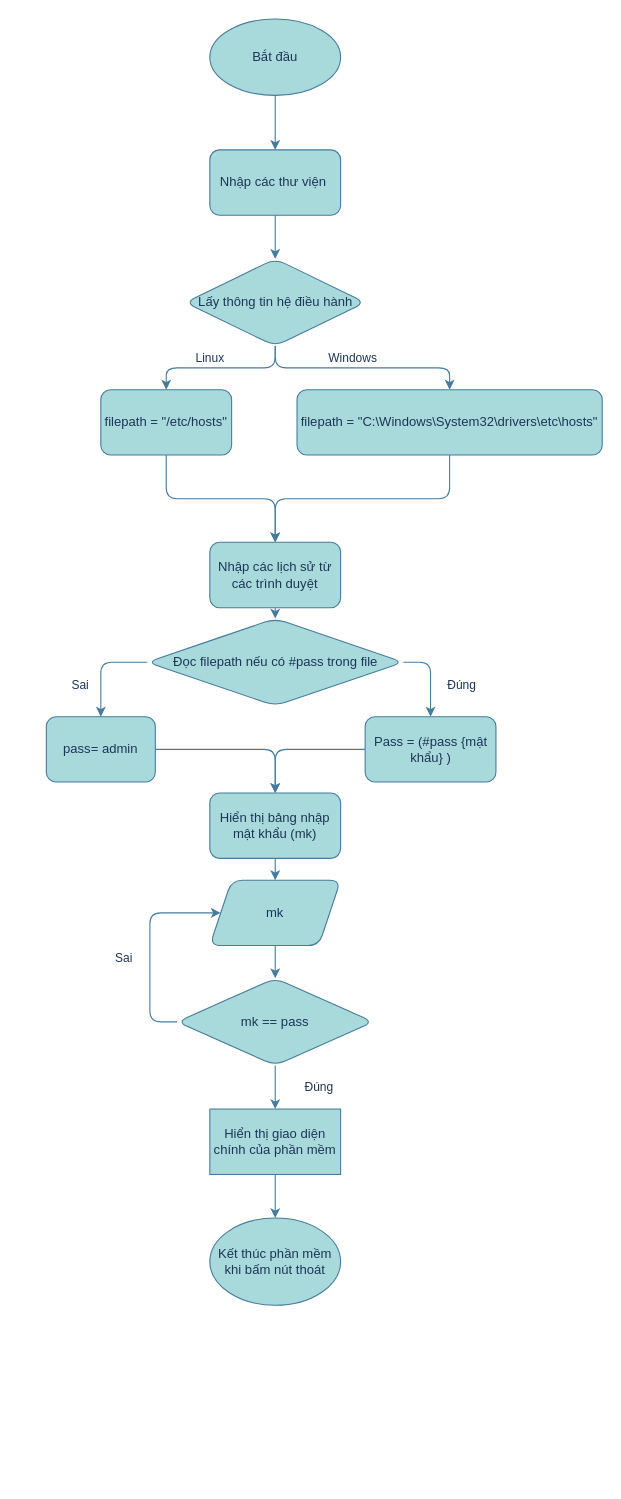
This is Biểu đồ không có tiêu đề.drawio from PlaymakerVN/KHKT-2023-1, a draw.io file, before an edit. Source tidied: cells renumbered, new cells numbered last; positions are measured from the earlier drawing's top-left corner, leaving out a move shared by most shapes. Both pictures are drawn from the tidied source at 109%, with x=0, y=0 at pixel (46, 19).
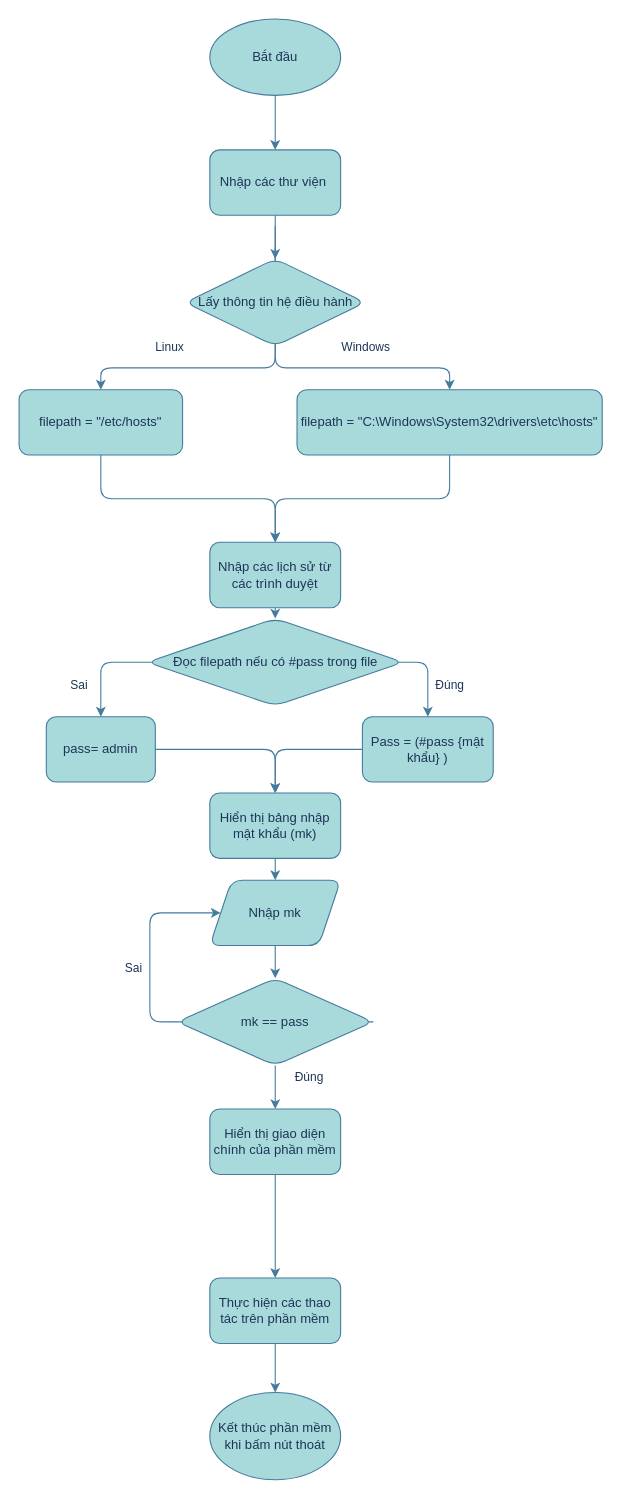
The same diagram, later.

The change refers to these unchanged cells:
```xml
<mxCell id="6" value="Lấy thông tin hệ điều hành" style="rhombus;whiteSpace=wrap;html=1;labelBackgroundColor=none;fillColor=#A8DADC;strokeColor=#457B9D;fontColor=#1D3557;rounded=1;" parent="1" vertex="1">
  <mxGeometry x="127.5" y="220" width="165" height="80" as="geometry" />
</mxCell>
<mxCell id="8" value="filepath = &quot;C:\Windows\System32\drivers\etc\hosts&quot;" style="rounded=1;whiteSpace=wrap;html=1;labelBackgroundColor=none;fillColor=#A8DADC;strokeColor=#457B9D;fontColor=#1D3557;" parent="1" vertex="1">
  <mxGeometry x="230" y="340" width="280" height="60" as="geometry" />
</mxCell>
<mxCell id="15" value="Đọc filepath nếu có #pass trong file" style="rhombus;whiteSpace=wrap;html=1;labelBackgroundColor=none;fillColor=#A8DADC;strokeColor=#457B9D;fontColor=#1D3557;rounded=1;" parent="1" vertex="1">
  <mxGeometry x="92.5" y="550" width="235" height="80" as="geometry" />
</mxCell>
<mxCell id="17" value="pass= admin" style="rounded=1;whiteSpace=wrap;html=1;labelBackgroundColor=none;fillColor=#A8DADC;strokeColor=#457B9D;fontColor=#1D3557;" parent="1" vertex="1">
  <mxGeometry y="640" width="100" height="60" as="geometry" />
</mxCell>
<mxCell id="27" value="mk == pass" style="rhombus;whiteSpace=wrap;html=1;labelBackgroundColor=none;fillColor=#A8DADC;strokeColor=#457B9D;fontColor=#1D3557;rounded=1;" parent="1" vertex="1">
  <mxGeometry x="120" y="880" width="180" height="80" as="geometry" />
</mxCell>
```

Diff of the diagram source:
```diff
@@
+    <mxCell id="37" style="edgeStyle=orthogonalEdgeStyle;rounded=1;jettySize=auto;html=1;labelBackgroundColor=none;strokeColor=#457B9D;fontColor=default;" parent="1" edge="1" source="38" target="34">
+      <mxGeometry relative="1" as="geometry" />
+    </mxCell>
+    <mxCell id="38" value="Thực hiện các thao tác trên phần mềm" style="whiteSpace=wrap;html=1;rounded=1;labelBackgroundColor=none;fillColor=#A8DADC;strokeColor=#457B9D;fontColor=#1D3557;" parent="1" vertex="1">
+      <mxGeometry x="150" y="1155" width="120" height="60" as="geometry" />
+    </mxCell>
-    <mxCell id="2" style="edgeStyle=orthogonalEdgeStyle;rounded=1;jettySize=auto;html=1;exitX=0.5;exitY=1;exitDx=0;exitDy=0;labelBackgroundColor=none;strokeColor=#457B9D;fontColor=default;" parent="1" edge="1" source="6" target="10">
-      <mxGeometry relative="1" as="geometry" />
+    <mxCell id="2" style="edgeStyle=orthogonalEdgeStyle;rounded=1;jettySize=auto;html=1;labelBackgroundColor=none;strokeColor=#457B9D;fontColor=default;" parent="1" edge="1" target="10">
+      <mxGeometry relative="1" as="geometry">
+        <mxPoint x="210" y="190" as="sourcePoint" />
+        <Array as="points">
+          <mxPoint x="210" y="320" />
+          <mxPoint x="50" y="320" />
+        </Array>
+      </mxGeometry>
     </mxCell>
     <mxCell id="3" value="Linux" style="edgeLabel;html=1;align=center;verticalAlign=middle;labelBackgroundColor=none;fontColor=#1D3557;rounded=1;" parent="2" vertex="1">
       <mxGeometry x="0.25" y="1" relative="1" as="geometry">
-        <mxPoint x="7" y="-11" as="offset" />
+        <mxPoint x="-34" y="-21" as="offset" />
       </mxGeometry>
     </mxCell>
-    <mxCell id="4" style="edgeStyle=orthogonalEdgeStyle;rounded=1;jettySize=auto;html=1;exitX=0.5;exitY=1;exitDx=0;exitDy=0;labelBackgroundColor=none;strokeColor=#457B9D;fontColor=default;" parent="1" edge="1" source="6" target="8">
-      <mxGeometry relative="1" as="geometry" />
+    <mxCell id="4" style="edgeStyle=orthogonalEdgeStyle;rounded=1;jettySize=auto;html=1;labelBackgroundColor=none;strokeColor=#457B9D;fontColor=default;" parent="1" edge="1" target="8">
+      <mxGeometry relative="1" as="geometry">
+        <mxPoint x="210" y="210" as="sourcePoint" />
+        <Array as="points">
+          <mxPoint x="210" y="320" />
+          <mxPoint x="370" y="320" />
+        </Array>
+      </mxGeometry>
     </mxCell>
     <mxCell id="5" value="Windows" style="edgeLabel;html=1;align=center;verticalAlign=middle;labelBackgroundColor=none;fontColor=#1D3557;rounded=1;" parent="4" vertex="1">
       <mxGeometry x="-0.13" y="-2" relative="1" as="geometry">
-        <mxPoint x="3" y="-12" as="offset" />
+        <mxPoint x="66" y="-22" as="offset" />
       </mxGeometry>
     </mxCell>
@@
     <mxCell id="10" value="filepath = &quot;/etc/hosts&quot;" style="rounded=1;whiteSpace=wrap;html=1;labelBackgroundColor=none;fillColor=#A8DADC;strokeColor=#457B9D;fontColor=#1D3557;" parent="1" vertex="1">
-      <mxGeometry x="50" y="340" width="120" height="60" as="geometry" />
+      <mxGeometry x="-25" y="340" width="150" height="60" as="geometry" />
     </mxCell>
-    <mxCell id="11" style="edgeStyle=orthogonalEdgeStyle;rounded=1;jettySize=auto;html=1;exitX=0;exitY=0.5;exitDx=0;exitDy=0;entryX=0.5;entryY=0;entryDx=0;entryDy=0;labelBackgroundColor=none;strokeColor=#457B9D;fontColor=default;" parent="1" edge="1" source="15" target="17">
-      <mxGeometry relative="1" as="geometry" />
+    <mxCell id="11" style="edgeStyle=orthogonalEdgeStyle;rounded=1;jettySize=auto;html=1;exitX=0.074;exitY=0.5;exitDx=0;exitDy=0;entryX=0.5;entryY=0;entryDx=0;entryDy=0;labelBackgroundColor=none;strokeColor=#457B9D;fontColor=default;exitPerimeter=0;" parent="1" edge="1" source="15" target="17">
+      <mxGeometry relative="1" as="geometry">
+        <Array as="points">
+          <mxPoint x="50" y="590" />
+        </Array>
+      </mxGeometry>
     </mxCell>
     <mxCell id="12" value="Sai" style="edgeLabel;html=1;align=center;verticalAlign=middle;labelBackgroundColor=none;fontColor=#1D3557;rounded=1;" parent="11" vertex="1">
       <mxGeometry x="-0.16" y="4" relative="1" as="geometry">
-        <mxPoint x="-23" y="16" as="offset" />
+        <mxPoint x="-34" y="16" as="offset" />
       </mxGeometry>
     </mxCell>
-    <mxCell id="13" style="edgeStyle=orthogonalEdgeStyle;rounded=1;jettySize=auto;html=1;exitX=1;exitY=0.5;exitDx=0;exitDy=0;labelBackgroundColor=none;strokeColor=#457B9D;fontColor=default;" parent="1" edge="1" source="15" target="19">
-      <mxGeometry relative="1" as="geometry" />
+    <mxCell id="13" style="edgeStyle=orthogonalEdgeStyle;rounded=1;jettySize=auto;html=1;exitX=0.926;exitY=0.5;exitDx=0;exitDy=0;labelBackgroundColor=none;strokeColor=#457B9D;fontColor=default;exitPerimeter=0;" parent="1" edge="1" source="15" target="19">
+      <mxGeometry relative="1" as="geometry">
+        <Array as="points">
+          <mxPoint x="350" y="590" />
+        </Array>
+      </mxGeometry>
     </mxCell>
     <mxCell id="14" value="Đúng" style="edgeLabel;html=1;align=center;verticalAlign=middle;labelBackgroundColor=none;fontColor=#1D3557;rounded=1;" parent="13" vertex="1">
       <mxGeometry x="-0.28" y="-1" relative="1" as="geometry">
-        <mxPoint x="29" y="18" as="offset" />
+        <mxPoint x="27" y="19" as="offset" />
       </mxGeometry>
     </mxCell>
@@
     <mxCell id="19" value="Pass = (#pass {mật khẩu} )" style="rounded=1;whiteSpace=wrap;html=1;labelBackgroundColor=none;fillColor=#A8DADC;strokeColor=#457B9D;fontColor=#1D3557;" parent="1" vertex="1">
-      <mxGeometry x="292.5" y="640" width="120" height="60" as="geometry" />
+      <mxGeometry x="290" y="640" width="120" height="60" as="geometry" />
     </mxCell>
@@
-    <mxCell id="23" value="mk" style="shape=parallelogram;perimeter=parallelogramPerimeter;whiteSpace=wrap;html=1;fixedSize=1;labelBackgroundColor=none;fillColor=#A8DADC;strokeColor=#457B9D;fontColor=#1D3557;rounded=1;" parent="1" vertex="1">
+    <mxCell id="23" value="Nhập mk" style="shape=parallelogram;perimeter=parallelogramPerimeter;whiteSpace=wrap;html=1;fixedSize=1;labelBackgroundColor=none;fillColor=#A8DADC;strokeColor=#457B9D;fontColor=#1D3557;rounded=1;" parent="1" vertex="1">
       <mxGeometry x="150" y="790" width="120" height="60" as="geometry" />
     </mxCell>
-    <mxCell id="24" style="edgeStyle=orthogonalEdgeStyle;rounded=1;jettySize=auto;html=1;entryX=0;entryY=0.5;entryDx=0;entryDy=0;labelBackgroundColor=none;strokeColor=#457B9D;fontColor=default;" parent="1" edge="1" source="27" target="23">
+    <mxCell id="24" style="edgeStyle=orthogonalEdgeStyle;rounded=1;jettySize=auto;html=1;entryX=0;entryY=0.5;entryDx=0;entryDy=0;labelBackgroundColor=none;strokeColor=#457B9D;fontColor=default;exitX=1;exitY=0.5;exitDx=0;exitDy=0;" parent="1" edge="1" source="27" target="23">
       <mxGeometry relative="1" as="geometry">
         <Array as="points">
           <mxPoint x="95" y="920" />
           <mxPoint x="95" y="820" />
         </Array>
       </mxGeometry>
     </mxCell>
     <mxCell id="25" value="Sai" style="edgeLabel;html=1;align=center;verticalAlign=middle;labelBackgroundColor=none;fontColor=#1D3557;rounded=1;" parent="24" vertex="1">
       <mxGeometry x="-0.12" y="4" relative="1" as="geometry">
-        <mxPoint x="-21" as="offset" />
+        <mxPoint x="-58" y="-54" as="offset" />
       </mxGeometry>
     </mxCell>
-    <mxCell id="26" value="Đúng" style="edgeStyle=orthogonalEdgeStyle;rounded=0;jettySize=auto;html=1;strokeColor=#457B9D;fontColor=#1D3557;fillColor=#A8DADC;" parent="1" edge="1" source="27" target="36">
+    <mxCell id="26" style="edgeStyle=orthogonalEdgeStyle;rounded=1;jettySize=auto;html=1;strokeColor=#457B9D;fontColor=default;labelBackgroundColor=none;" parent="1" edge="1" source="27" target="36">
       <mxGeometry y="40" relative="1" as="geometry">
         <Array as="points">
           <mxPoint x="210" y="970" />
           <mxPoint x="210" y="970" />
         </Array>
       </mxGeometry>
     </mxCell>
+    <mxCell id="39" value="Đúng" style="edgeLabel;html=1;align=center;verticalAlign=middle;fontColor=#1D3557;" parent="26" vertex="1">
+      <mxGeometry x="-0.06" y="7" relative="1" as="geometry">
+        <mxPoint x="23" y="-9" as="offset" />
+      </mxGeometry>
+    </mxCell>
@@
     <mxCell id="34" value="Kết thúc phần mềm khi bấm nút thoát" style="ellipse;whiteSpace=wrap;html=1;labelBackgroundColor=none;fillColor=#A8DADC;strokeColor=#457B9D;fontColor=#1D3557;rounded=1;" parent="1" vertex="1">
-      <mxGeometry x="150" y="1100" width="120" height="80" as="geometry" />
+      <mxGeometry x="150" y="1260" width="120" height="80" as="geometry" />
     </mxCell>
-    <mxCell id="35" style="edgeStyle=orthogonalEdgeStyle;rounded=0;jettySize=auto;html=1;strokeColor=#457B9D;fontColor=#1D3557;fillColor=#A8DADC;" parent="1" edge="1" source="36" target="34">
+    <mxCell id="35" style="edgeStyle=orthogonalEdgeStyle;rounded=1;jettySize=auto;html=1;strokeColor=#457B9D;fontColor=default;labelBackgroundColor=none;" parent="1" edge="1" source="36" target="38">
       <mxGeometry relative="1" as="geometry" />
     </mxCell>
-    <mxCell id="36" value="Hiển thị giao diện chính của phần mềm" style="whiteSpace=wrap;html=1;strokeColor=#457B9D;fontColor=#1D3557;fillColor=#A8DADC;" parent="1" vertex="1">
+    <mxCell id="36" value="Hiển thị giao diện chính của phần mềm" style="whiteSpace=wrap;html=1;strokeColor=#457B9D;fontColor=#1D3557;fillColor=#A8DADC;rounded=1;labelBackgroundColor=none;" parent="1" vertex="1">
       <mxGeometry x="150" y="1000" width="120" height="60" as="geometry" />
     </mxCell>
```
